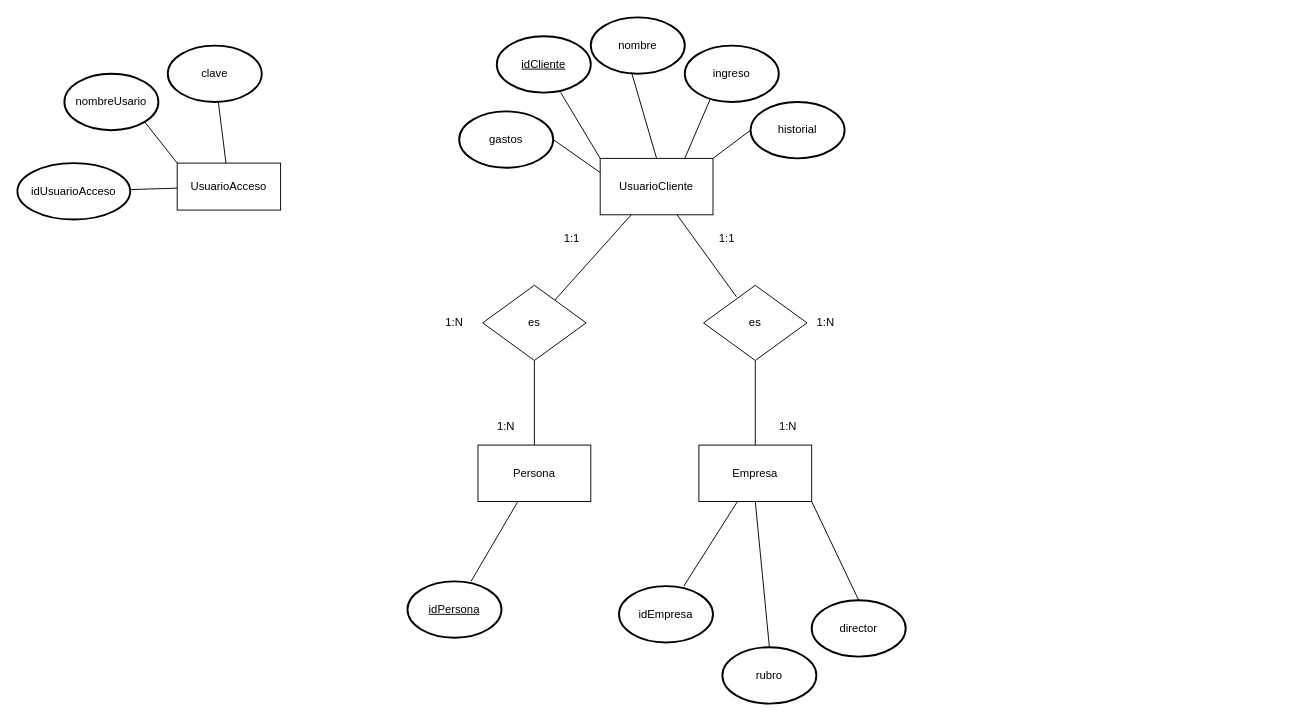
This is PeterChen.drawio from Sainjan/Refrito_Creditos, a draw.io file, before an edit. Source tidied: cells renumbered, new cells numbered last; positions are measured from the earlier drawing's top-left corner, leaving out a move shared by most shapes. Both pictures are drawn from the tidied source at 94%, with x=0, y=0 at pixel (17, 17).
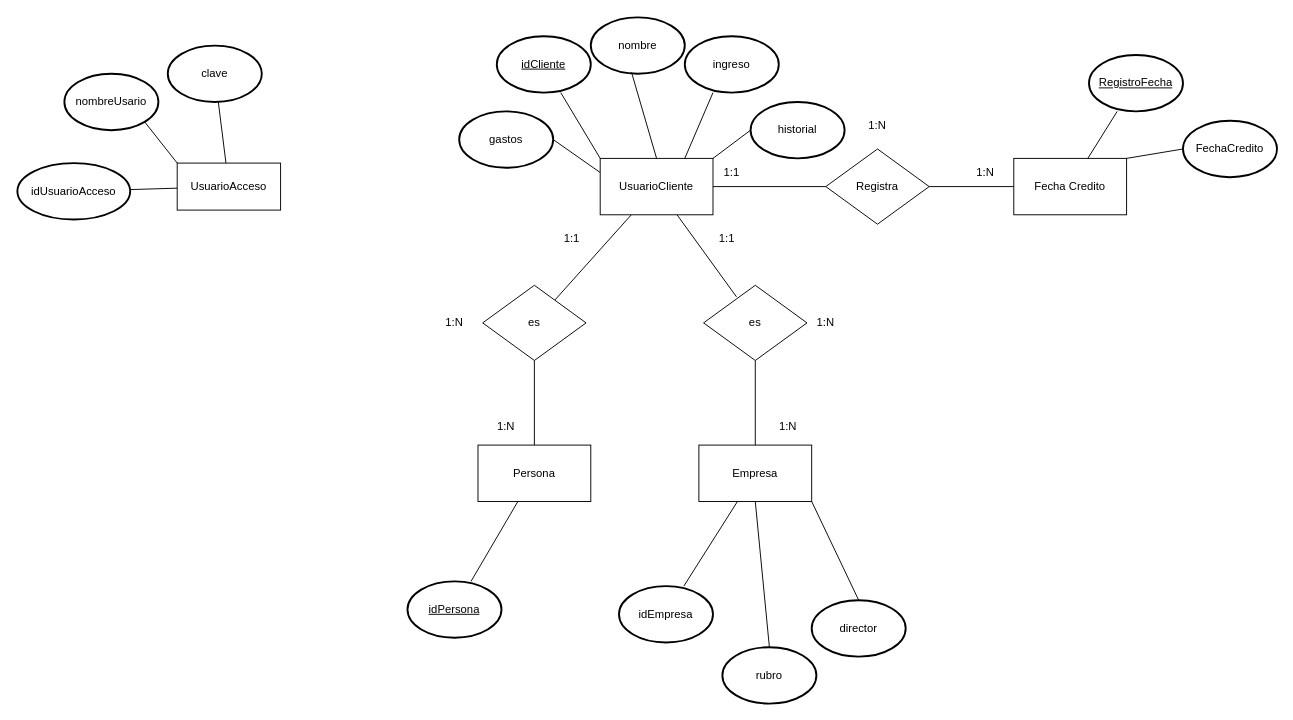
After the change.

Unchanged cells that the change refers to:
```xml
<mxCell id="5" value="UsuarioCliente" style="whiteSpace=wrap;html=1;" parent="1" vertex="1">
  <mxGeometry x="620" y="150" width="120" height="60" as="geometry" />
</mxCell>
```

Diff of the diagram source:
```diff
@@
+    <mxCell id="42" style="edgeStyle=none;html=1;entryX=0;entryY=0.5;entryDx=0;entryDy=0;strokeColor=default;endArrow=none;endFill=0;" parent="1" edge="1" source="5" target="44">
+      <mxGeometry relative="1" as="geometry" />
+    </mxCell>
@@
     <mxCell id="23" value="ingreso" style="strokeWidth=2;html=1;shape=mxgraph.flowchart.start_1;whiteSpace=wrap;" parent="1" vertex="1">
-      <mxGeometry x="710" y="30" width="100" height="60" as="geometry" />
+      <mxGeometry x="710" y="20" width="100" height="60" as="geometry" />
     </mxCell>
@@
+    <mxCell id="43" style="edgeStyle=none;html=1;endArrow=none;endFill=0;" parent="1" edge="1" source="44" target="45">
+      <mxGeometry relative="1" as="geometry" />
+    </mxCell>
+    <mxCell id="44" value="&lt;div&gt;Registra&lt;/div&gt;" style="rhombus;whiteSpace=wrap;html=1;shapeInside=1;" parent="1" vertex="1">
+      <mxGeometry x="860" y="140" width="110" height="80" as="geometry" />
+    </mxCell>
+    <mxCell id="45" value="Fecha Credito" style="whiteSpace=wrap;html=1;newEdgeStyle=%7B%22edgeStyle%22%3A%22none%22%2C%22html%22%3A%221%22%2C%22endArrow%22%3A%22none%22%2C%22endFill%22%3A%220%22%7D;" parent="1" vertex="1">
+      <mxGeometry x="1060" y="150" width="120" height="60" as="geometry" />
+    </mxCell>
+    <mxCell id="46" value="&lt;u&gt;RegistroFecha&lt;/u&gt;" style="strokeWidth=2;html=1;shape=mxgraph.flowchart.start_1;whiteSpace=wrap;" parent="1" vertex="1">
+      <mxGeometry x="1140" y="40" width="100" height="60" as="geometry" />
+    </mxCell>
+    <mxCell id="47" style="edgeStyle=none;html=1;endArrow=none;endFill=0;entryX=0.3;entryY=1;entryDx=0;entryDy=0;entryPerimeter=0;" parent="1" edge="1" source="45" target="46">
+      <mxGeometry relative="1" as="geometry" />
+    </mxCell>
+    <mxCell id="48" value="FechaCredito" style="strokeWidth=2;html=1;shape=mxgraph.flowchart.start_1;whiteSpace=wrap;" parent="1" vertex="1">
+      <mxGeometry x="1240" y="110" width="100" height="60" as="geometry" />
+    </mxCell>
+    <mxCell id="49" style="edgeStyle=none;html=1;endArrow=none;endFill=0;exitX=1;exitY=0;exitDx=0;exitDy=0;entryX=0;entryY=0.5;entryDx=0;entryDy=0;entryPerimeter=0;" parent="1" edge="1" source="45" target="48">
+      <mxGeometry relative="1" as="geometry" />
+    </mxCell>
+    <mxCell id="50" value="1:N" style="text;html=1;whiteSpace=wrap;strokeColor=none;fillColor=none;align=center;verticalAlign=middle;rounded=0;" parent="1" vertex="1">
+      <mxGeometry x="1000" y="150" width="60" height="30" as="geometry" />
+    </mxCell>
+    <mxCell id="51" value="1:1" style="text;html=1;whiteSpace=wrap;strokeColor=none;fillColor=none;align=center;verticalAlign=middle;rounded=0;" parent="1" vertex="1">
+      <mxGeometry x="730" y="150" width="60" height="30" as="geometry" />
+    </mxCell>
+    <mxCell id="52" value="1:N" style="text;html=1;whiteSpace=wrap;strokeColor=none;fillColor=none;align=center;verticalAlign=middle;rounded=0;" parent="1" vertex="1">
+      <mxGeometry x="885" y="100" width="60" height="30" as="geometry" />
+    </mxCell>
```
